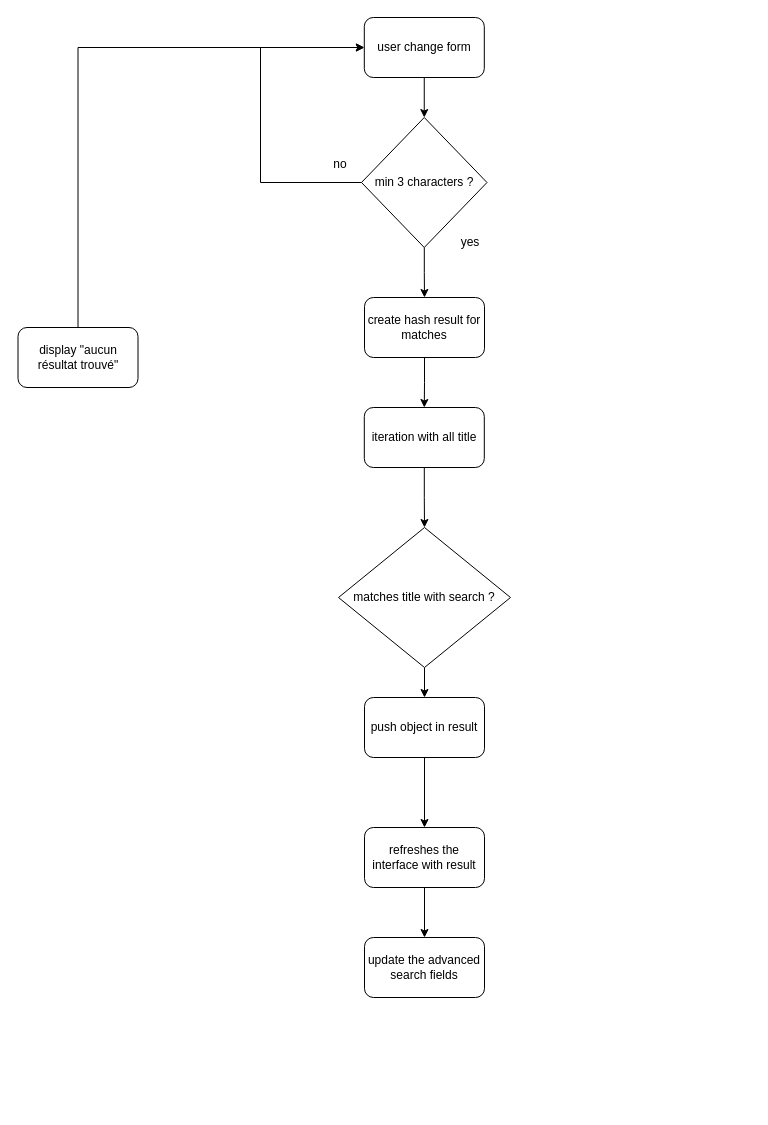
This is algorigramme programmation fonctionnelle.drawio from madelineGrammatico/Les_Petits_Plats, a draw.io file, before an edit. Source tidied: cells renumbered, new cells numbered last; positions are measured from the earlier drawing's top-left corner, leaving out a move shared by most shapes. Both pictures are drawn from the tidied source at 100%, with x=0, y=0 at pixel (18, 17).
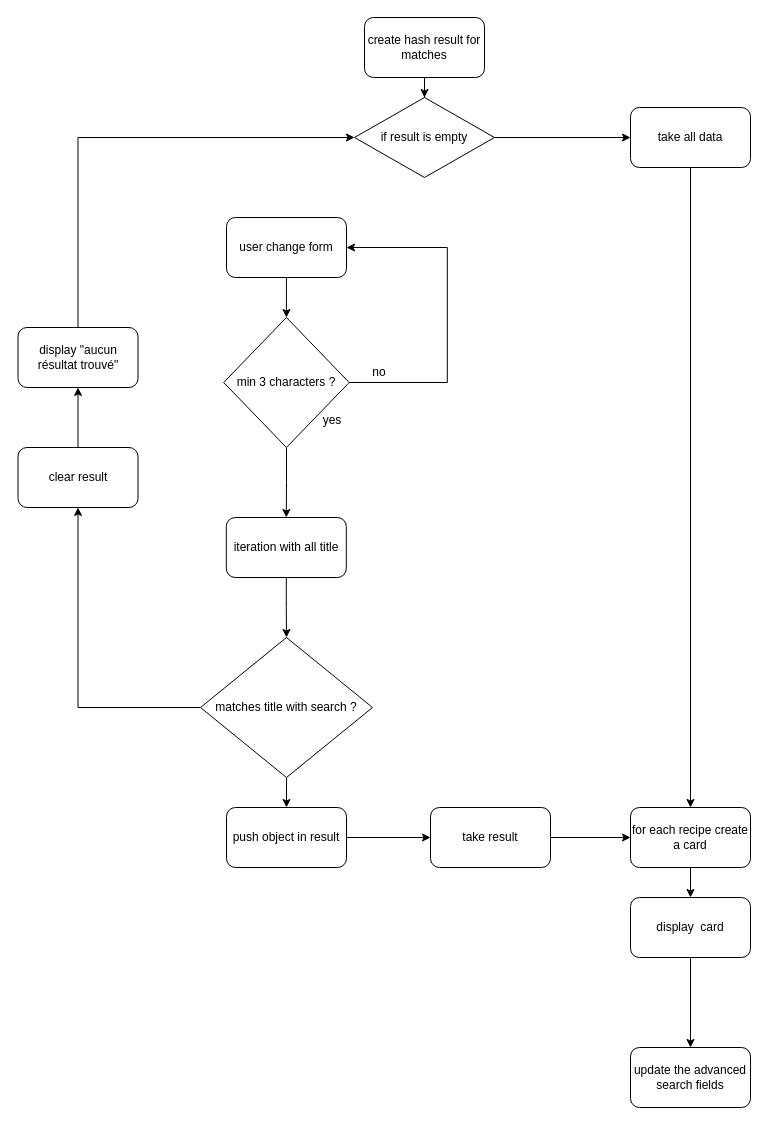
After the change.

The change refers to these unchanged cells:
```xml
<mxCell id="13" value="display &quot;aucun résultat trouvé&quot;" style="rounded=1;whiteSpace=wrap;html=1;" parent="1" vertex="1">
  <mxGeometry x="-0.5" y="310" width="120" height="60" as="geometry" />
</mxCell>
```

The edit, as a diff of the source:
```diff
@@
-    <mxCell id="2" style="edgeStyle=orthogonalEdgeStyle;rounded=0;jettySize=auto;html=1;exitX=0;exitY=0.5;exitDx=0;exitDy=0;entryX=0;entryY=0.5;entryDx=0;entryDy=0;" parent="1" edge="1" source="4" target="6">
+    <mxCell id="2" style="edgeStyle=orthogonalEdgeStyle;rounded=0;jettySize=auto;html=1;entryX=1;entryY=0.5;entryDx=0;entryDy=0;exitX=1;exitY=0.5;exitDx=0;exitDy=0;" parent="1" edge="1" source="4" target="6">
       <mxGeometry relative="1" as="geometry">
         <Array as="points">
-          <mxPoint x="242" y="165" />
-          <mxPoint x="242" y="30" />
+          <mxPoint x="428.8" y="365" />
+          <mxPoint x="428.8" y="230" />
         </Array>
       </mxGeometry>
     </mxCell>
-    <mxCell id="3" style="edgeStyle=orthogonalEdgeStyle;rounded=0;jettySize=auto;html=1;entryX=0.5;entryY=0;entryDx=0;entryDy=0;" parent="1" edge="1" source="4" target="15">
-      <mxGeometry relative="1" as="geometry" />
-    </mxCell>
+    <mxCell id="22" style="edgeStyle=orthogonalEdgeStyle;rounded=0;jettySize=auto;html=1;entryX=0.5;entryY=0;entryDx=0;entryDy=0;" parent="1" edge="1" source="4" target="17">
+      <mxGeometry relative="1" as="geometry" />
+    </mxCell>
     <mxCell id="4" value="min 3 characters ? " style="rhombus;whiteSpace=wrap;html=1;" parent="1" vertex="1">
-      <mxGeometry x="343" y="100" width="125.5" height="130" as="geometry" />
+      <mxGeometry x="205.2" y="300" width="125.5" height="130" as="geometry" />
     </mxCell>
@@
     <mxCell id="6" value="user change form" style="rounded=1;whiteSpace=wrap;html=1;" parent="1" vertex="1">
-      <mxGeometry x="345.8" width="120" height="60" as="geometry" />
+      <mxGeometry x="208" y="200" width="120" height="60" as="geometry" />
     </mxCell>
     <mxCell id="7" value="yes" style="text;html=1;strokeColor=none;fillColor=none;align=center;verticalAlign=middle;whiteSpace=wrap;rounded=0;" parent="1" vertex="1">
-      <mxGeometry x="422" y="210" width="60" height="30" as="geometry" />
+      <mxGeometry x="286.8" y="390" width="54" height="25" as="geometry" />
     </mxCell>
-    <mxCell id="8" style="edgeStyle=orthogonalEdgeStyle;rounded=0;jettySize=auto;html=1;" parent="1" edge="1" source="9" target="10">
-      <mxGeometry relative="1" as="geometry" />
-    </mxCell>
-    <mxCell id="9" value="refreshes the interface with result" style="rounded=1;whiteSpace=wrap;html=1;" parent="1" vertex="1">
-      <mxGeometry x="346" y="810" width="120" height="60" as="geometry" />
-    </mxCell>
     <mxCell id="10" value="update the advanced search fields" style="rounded=1;whiteSpace=wrap;html=1;" parent="1" vertex="1">
-      <mxGeometry x="346" y="920" width="120" height="60" as="geometry" />
+      <mxGeometry x="612" y="1030" width="120" height="60" as="geometry" />
     </mxCell>
     <mxCell id="11" value="no" style="text;html=1;strokeColor=none;fillColor=none;align=center;verticalAlign=middle;whiteSpace=wrap;rounded=0;" parent="1" vertex="1">
-      <mxGeometry x="292" y="130" width="60" height="33" as="geometry" />
+      <mxGeometry x="348.8" y="320" width="24" height="70" as="geometry" />
     </mxCell>
-    <mxCell id="12" style="edgeStyle=orthogonalEdgeStyle;rounded=0;jettySize=auto;html=1;entryX=0;entryY=0.5;entryDx=0;entryDy=0;exitX=0.5;exitY=0;exitDx=0;exitDy=0;" parent="1" edge="1" source="13" target="6">
-      <mxGeometry relative="1" as="geometry">
-        <Array as="points">
-          <mxPoint x="60" y="30" />
-        </Array>
-      </mxGeometry>
-    </mxCell>
+    <mxCell id="23" style="edgeStyle=orthogonalEdgeStyle;rounded=0;jettySize=auto;html=1;entryX=0;entryY=0.5;entryDx=0;entryDy=0;" parent="1" edge="1" source="13" target="28">
+      <mxGeometry relative="1" as="geometry">
+        <Array as="points">
+          <mxPoint x="60" y="120" />
+        </Array>
+      </mxGeometry>
+    </mxCell>
@@
-    <mxCell id="14" style="edgeStyle=orthogonalEdgeStyle;rounded=0;jettySize=auto;html=1;entryX=0.5;entryY=0;entryDx=0;entryDy=0;" parent="1" edge="1" source="15" target="17">
-      <mxGeometry relative="1" as="geometry" />
-    </mxCell>
+    <mxCell id="24" style="edgeStyle=orthogonalEdgeStyle;rounded=0;jettySize=auto;html=1;entryX=0.5;entryY=0;entryDx=0;entryDy=0;" parent="1" edge="1" source="15" target="28">
+      <mxGeometry relative="1" as="geometry" />
+    </mxCell>
     <mxCell id="15" value="create hash result for matches" style="rounded=1;whiteSpace=wrap;html=1;" parent="1" vertex="1">
-      <mxGeometry x="346" y="280" width="120" height="60" as="geometry" />
+      <mxGeometry x="346" width="120" height="60" as="geometry" />
     </mxCell>
@@
     <mxCell id="17" value="iteration with all title" style="rounded=1;whiteSpace=wrap;html=1;" parent="1" vertex="1">
-      <mxGeometry x="345.8" y="390" width="120" height="60" as="geometry" />
+      <mxGeometry x="207.8" y="500" width="120" height="60" as="geometry" />
     </mxCell>
@@
+    <mxCell id="25" style="edgeStyle=orthogonalEdgeStyle;rounded=0;jettySize=auto;html=1;entryX=0.5;entryY=1;entryDx=0;entryDy=0;" parent="1" edge="1" source="19" target="30">
+      <mxGeometry relative="1" as="geometry" />
+    </mxCell>
     <mxCell id="19" value="matches title with search ?" style="rhombus;whiteSpace=wrap;html=1;" parent="1" vertex="1">
-      <mxGeometry x="320" y="510" width="172" height="140" as="geometry" />
+      <mxGeometry x="182" y="620" width="172" height="140" as="geometry" />
     </mxCell>
-    <mxCell id="20" style="edgeStyle=orthogonalEdgeStyle;rounded=0;jettySize=auto;html=1;entryX=0.5;entryY=0;entryDx=0;entryDy=0;" parent="1" edge="1" source="21" target="9">
-      <mxGeometry relative="1" as="geometry" />
-    </mxCell>
+    <mxCell id="26" style="edgeStyle=orthogonalEdgeStyle;rounded=0;jettySize=auto;html=1;entryX=0;entryY=0.5;entryDx=0;entryDy=0;" parent="1" edge="1" source="21" target="38">
+      <mxGeometry relative="1" as="geometry" />
+    </mxCell>
     <mxCell id="21" value="push object in result" style="rounded=1;whiteSpace=wrap;html=1;" parent="1" vertex="1">
-      <mxGeometry x="346" y="680" width="120" height="60" as="geometry" />
+      <mxGeometry x="208" y="790" width="120" height="60" as="geometry" />
     </mxCell>
+    <mxCell id="27" style="edgeStyle=orthogonalEdgeStyle;rounded=0;jettySize=auto;html=1;entryX=0;entryY=0.5;entryDx=0;entryDy=0;" parent="1" edge="1" source="28" target="32">
+      <mxGeometry relative="1" as="geometry" />
+    </mxCell>
+    <mxCell id="28" value="if result is empty" style="rhombus;whiteSpace=wrap;html=1;" parent="1" vertex="1">
+      <mxGeometry x="336" y="80" width="140" height="80" as="geometry" />
+    </mxCell>
+    <mxCell id="29" style="edgeStyle=orthogonalEdgeStyle;rounded=0;jettySize=auto;html=1;entryX=0.5;entryY=1;entryDx=0;entryDy=0;" parent="1" edge="1" source="30" target="13">
+      <mxGeometry relative="1" as="geometry" />
+    </mxCell>
+    <mxCell id="30" value="clear result" style="rounded=1;whiteSpace=wrap;html=1;" parent="1" vertex="1">
+      <mxGeometry x="-0.5" y="430" width="120" height="60" as="geometry" />
+    </mxCell>
+    <mxCell id="31" style="edgeStyle=orthogonalEdgeStyle;rounded=0;jettySize=auto;html=1;exitX=0.5;exitY=1;exitDx=0;exitDy=0;entryX=0.5;entryY=0;entryDx=0;entryDy=0;" parent="1" edge="1" source="32" target="34">
+      <mxGeometry relative="1" as="geometry" />
+    </mxCell>
+    <mxCell id="32" value="take all data" style="rounded=1;whiteSpace=wrap;html=1;" parent="1" vertex="1">
+      <mxGeometry x="612" y="90" width="120" height="60" as="geometry" />
+    </mxCell>
+    <mxCell id="33" style="edgeStyle=orthogonalEdgeStyle;rounded=0;jettySize=auto;html=1;entryX=0.5;entryY=0;entryDx=0;entryDy=0;" parent="1" edge="1" source="34" target="36">
+      <mxGeometry relative="1" as="geometry" />
+    </mxCell>
+    <mxCell id="34" value="for each recipe create a card" style="rounded=1;whiteSpace=wrap;html=1;" parent="1" vertex="1">
+      <mxGeometry x="612" y="790" width="120" height="60" as="geometry" />
+    </mxCell>
+    <mxCell id="35" style="edgeStyle=orthogonalEdgeStyle;rounded=0;jettySize=auto;html=1;" parent="1" edge="1" source="36" target="10">
+      <mxGeometry relative="1" as="geometry" />
+    </mxCell>
+    <mxCell id="36" value="display&amp;nbsp; card" style="rounded=1;whiteSpace=wrap;html=1;" parent="1" vertex="1">
+      <mxGeometry x="612" y="880" width="120" height="60" as="geometry" />
+    </mxCell>
+    <mxCell id="37" style="edgeStyle=orthogonalEdgeStyle;rounded=0;jettySize=auto;html=1;entryX=0;entryY=0.5;entryDx=0;entryDy=0;" parent="1" edge="1" source="38" target="34">
+      <mxGeometry relative="1" as="geometry" />
+    </mxCell>
+    <mxCell id="38" value="take result" style="rounded=1;whiteSpace=wrap;html=1;" parent="1" vertex="1">
+      <mxGeometry x="412" y="790" width="120" height="60" as="geometry" />
+    </mxCell>
```
